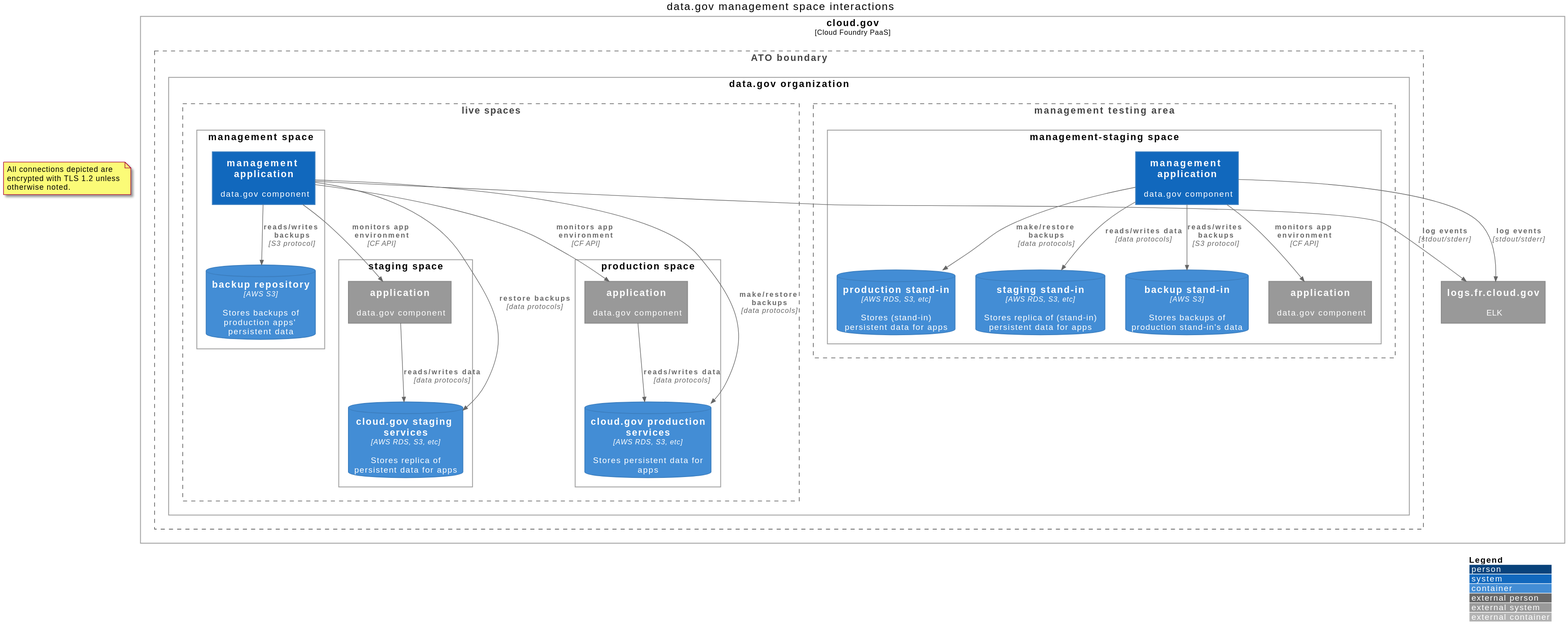
The PlantUML diagram out/management-space/data.gov management space interactions.svg in GSA/datagov-compliance, before a commit.
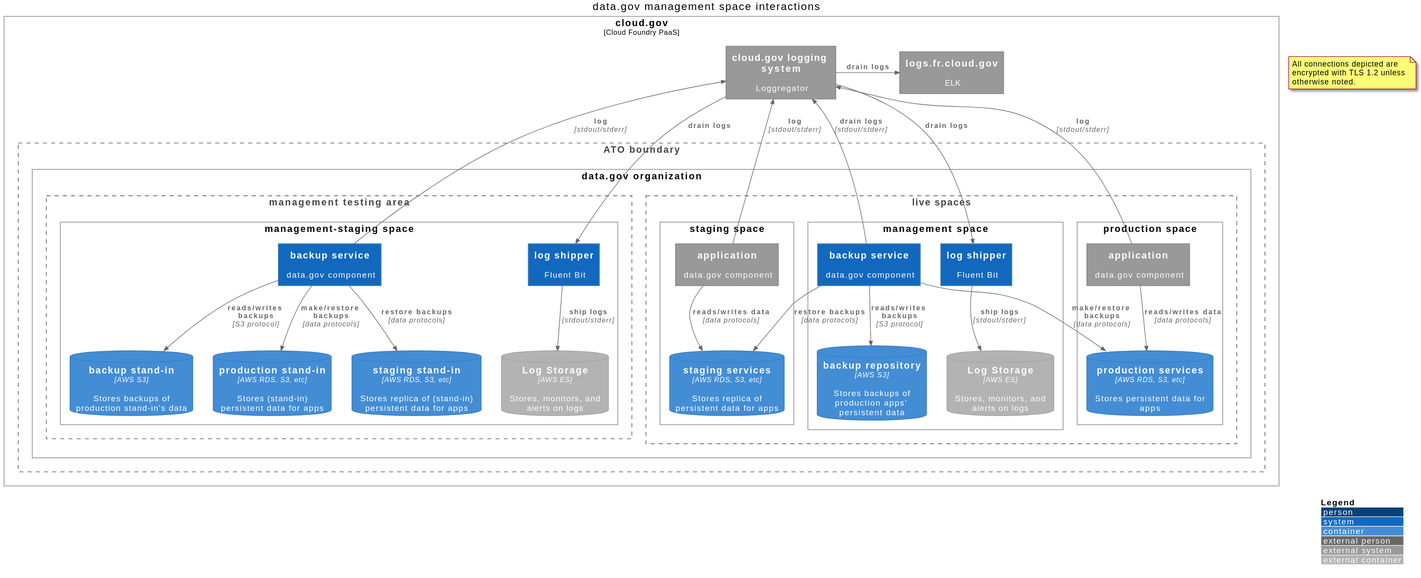
The same diagram one commit later.

Commit message:
Removed monitoring relationships, added log-drain-and-ship relationships

Monitoring and alerting now happens in AWS ES

The edit, as a diff of the source:
```diff
@@ -6,14 +6,15 @@
   All connections depicted are encrypted with TLS 1.2 unless otherwise noted.
 end note
 Deployment_Node(cloudgov, "cloud.gov", "Cloud Foundry PaaS") {
-    System_Ext(cloudgov_logdrain, "logs.fr.cloud.gov", "ELK")
-
+    System_Ext(cloudgov_loggregator, "cloud.gov logging system", "Loggregator")
+    System_Ext(cloudgov_logs, "logs.fr.cloud.gov", "ELK")
     Boundary(atob, "ATO boundary") {
         Deployment_Node(organization, "data.gov organization") {
             Boundary(ms_staging_boundary, "management testing area") {
                 Deployment_Node(ms_space, "management-staging space") {
-                    System(ms_app, "management application", "data.gov component")
-                    System_Ext(ms_test_app, "application", "data.gov component")
+                    System(ms_dumper, "backup service", "data.gov component")
+                    System(ms_drain, "log shipper", "Fluent Bit")
+                    ContainerDb_Ext(ms_es_logs, "Log Storage", "AWS ES", "Stores, monitors, and alerts on logs")
                     ContainerDb(ms_services, "production stand-in", "AWS RDS, S3, etc", "Stores (stand-in) persistent data for apps")
                     ContainerDb(ms_replica_services, "staging stand-in", "AWS RDS, S3, etc", "Stores replica of (stand-in) persistent data for apps")
                     ContainerDb(ms_backups, "backup stand-in", "AWS S3", "Stores backups of production stand-in's data")
@@ -22,35 +23,43 @@
             Boundary(ms_prod_boundary, "live spaces") {
                 Deployment_Node(staging_space, "staging space") {
                     System_Ext(staging_app, "application", "data.gov component")
-                    ContainerDb(staging_services, "cloud.gov staging services", "AWS RDS, S3, etc", "Stores replica of persistent data for apps")
+                    ContainerDb(staging_services, "staging services", "AWS RDS, S3, etc", "Stores replica of persistent data for apps")
                 }
                 Deployment_Node(management_space, "management space") {
-                    System(management_app, "management application", "data.gov component")
+                    System(management_dumper, "backup service", "data.gov component")
                     ContainerDb(manangement_backups, "backup repository", "AWS S3", "Stores backups of production apps' persistent data")
+                    System(management_drain, "log shipper", "Fluent Bit")
+                    ContainerDb_Ext(es_logs, "Log Storage", "AWS ES", "Stores, monitors, and alerts on logs")
                 }
                 Deployment_Node(production_space, "production space") {
                     System_Ext(production_app, "application", "data.gov component")
-                    ContainerDb(production_services, "cloud.gov production services", "AWS RDS, S3, etc", "Stores persistent data for apps")
+                    ContainerDb(production_services, "production services", "AWS RDS, S3, etc", "Stores persistent data for apps")
                 }
             }
         }
     }
 }
 
-Rel(ms_app, ms_replica_services, "reads/writes data", "data protocols")
-Rel(ms_app, ms_backups, "reads/writes backups", "S3 protocol")
-Rel(ms_app, ms_services, "make/restore backups", "data protocols")
-Rel(ms_app, ms_test_app, "monitors app environment", "CF API")
-Rel(ms_app, cloudgov_logdrain, "log events", "stdout/stderr")
+Rel(staging_app, staging_services, "reads/writes data", "data protocols")
+Rel(production_app, production_services, "reads/writes data", "data protocols")
+
+Rel(ms_dumper, ms_replica_services, "restore backups", "data protocols")
+Rel(ms_dumper, ms_backups, "reads/writes backups", "S3 protocol")
+Rel(ms_dumper, ms_services, "make/restore backups", "data protocols")
+Rel(management_dumper, manangement_backups, "reads/writes backups", "S3 protocol")
+Rel(management_dumper, production_services, "make/restore backups", "data protocols")
+Rel(management_dumper, staging_services, "restore backups", "data protocols")
+
+Rel_Up(management_dumper, cloudgov_loggregator, "drain logs", "stdout/stderr")
+Rel_Up(staging_app, cloudgov_loggregator, "log", "stdout/stderr")
+Rel_Up(production_app, cloudgov_loggregator, "log", "stdout/stderr")
+Rel_Up(ms_dumper, cloudgov_loggregator, "log", "stdout/stderr")
 
 
-Rel(staging_app, staging_services, "reads/writes data", "data protocols")
-Rel(management_app, manangement_backups, "reads/writes backups", "S3 protocol")
-Rel(management_app, production_services, "make/restore backups", "data protocols")
-Rel(management_app, staging_services, "restore backups", "data protocols")
-Rel(production_app, production_services, "reads/writes data", "data protocols")
+Rel_Down(cloudgov_loggregator, management_drain, "drain logs")
+Rel_Down(cloudgov_loggregator, ms_drain, "drain logs")
+Rel_Right(cloudgov_loggregator, cloudgov_logs, "drain logs")
 
-Rel(management_app, cloudgov_logdrain, "log events", "stdout/stderr")
-Rel(management_app, staging_app, "monitors app environment", "CF API")
-Rel(management_app, production_app, "monitors app environment", "CF API")
+Rel(management_drain, es_logs, "ship logs", "stdout/stderr")
+Rel(ms_drain, ms_es_logs, "ship logs", "stdout/stderr")
 @enduml
```
